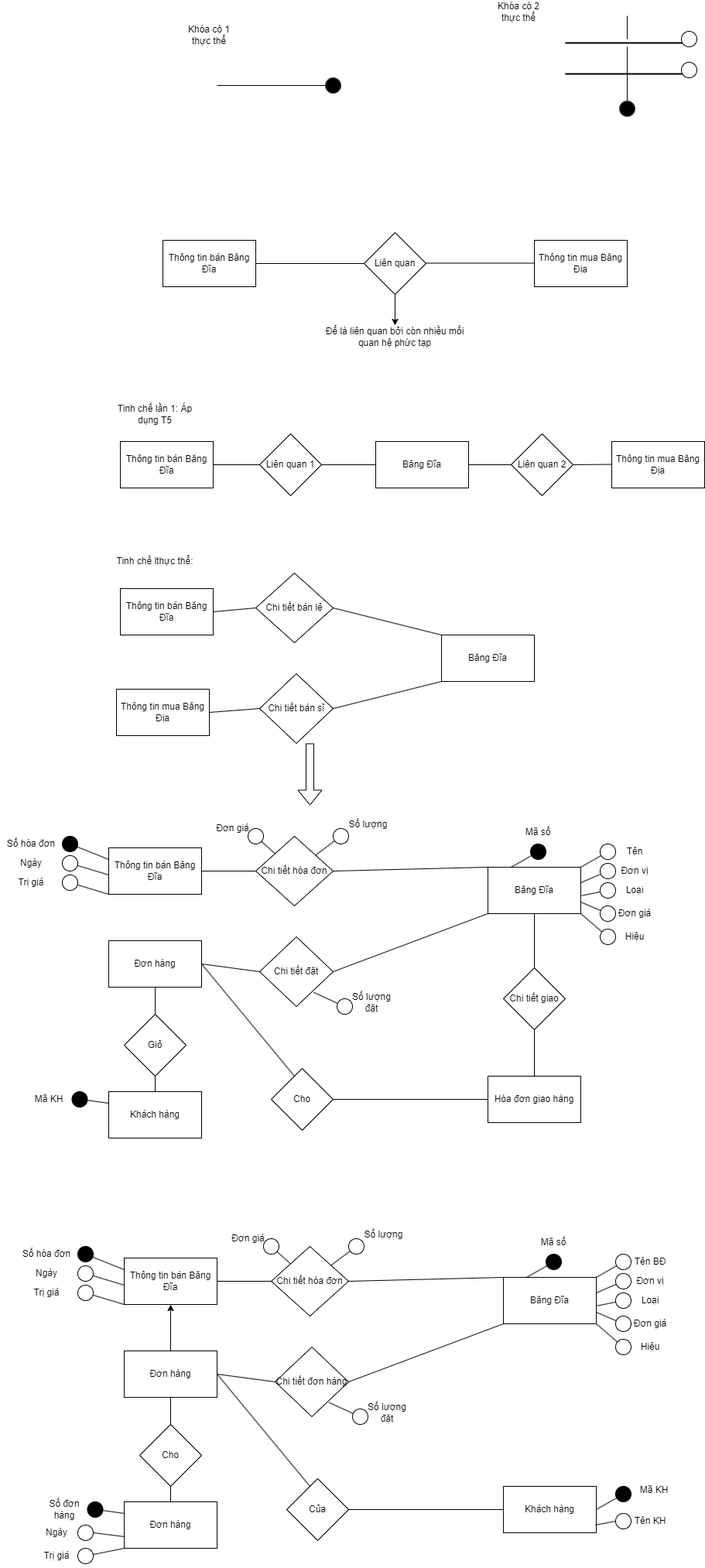
Above: Khóa(Chương 2).png in datnham0212/learning (draw.io), before the change. Source tidied: cells renumbered, new cells last; positions are measured from the earlier drawing's top-left corner, leaving out a move shared by most shapes.
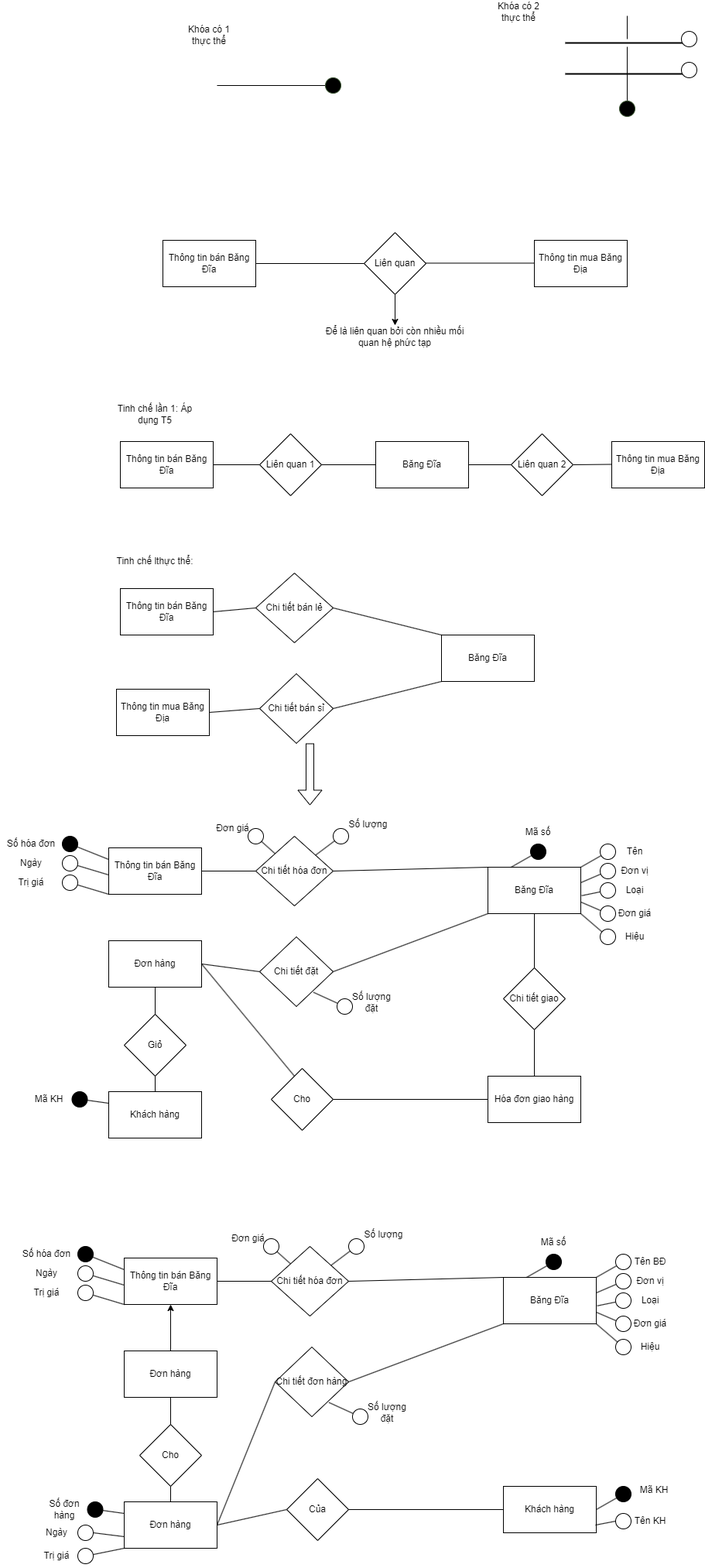
Above is the later version.

The edit, as a diff of the source:
```diff
@@ -353,7 +353,7 @@
     <mxCell id="105" style="endArrow=none;html=1;rounded=0;entryX=0;entryY=0.5;entryDx=0;entryDy=0;exitX=1;exitY=0.5;exitDx=0;exitDy=0;" parent="1" edge="1" source="104" target="101">
       <mxGeometry relative="1" as="geometry" />
     </mxCell>
-    <mxCell id="106" style="endArrow=none;html=1;rounded=0;entryX=1;entryY=0.5;entryDx=0;entryDy=0;exitX=0;exitY=0.5;exitDx=0;exitDy=0;" parent="1" edge="1" source="107" target="103">
+    <mxCell id="106" style="endArrow=none;html=1;rounded=0;entryX=1;entryY=0.5;entryDx=0;entryDy=0;exitX=0;exitY=0.5;exitDx=0;exitDy=0;" parent="1" edge="1" source="107" target="111">
       <mxGeometry relative="1" as="geometry" />
     </mxCell>
     <mxCell id="107" value="Chi tiết đơn hàng" style="rhombus;whiteSpace=wrap;html=1;" parent="1" vertex="1">
@@ -377,10 +377,8 @@
     <mxCell id="113" style="endArrow=none;html=1;rounded=0;exitX=0.5;exitY=1;exitDx=0;exitDy=0;entryX=0.5;entryY=0;entryDx=0;entryDy=0;" parent="1" edge="1" source="110" target="111">
       <mxGeometry relative="1" as="geometry" />
     </mxCell>
-    <mxCell id="114" style="endArrow=none;html=1;rounded=0;exitX=1;exitY=0.5;exitDx=0;exitDy=0;" parent="1" edge="1" source="103">
-      <mxGeometry relative="1" as="geometry">
-        <mxPoint x="400" y="1920" as="targetPoint" />
-      </mxGeometry>
+    <mxCell id="114" style="endArrow=none;html=1;rounded=0;exitX=1;exitY=0.5;exitDx=0;exitDy=0;entryX=0;entryY=0.5;entryDx=0;entryDy=0;" parent="1" edge="1" source="111" target="115">
+      <mxGeometry relative="1" as="geometry" />
     </mxCell>
     <mxCell id="115" value="Của" style="rhombus;whiteSpace=wrap;html=1;" parent="1" vertex="1">
       <mxGeometry x="370" y="1910" width="80" height="80" as="geometry" />
```
